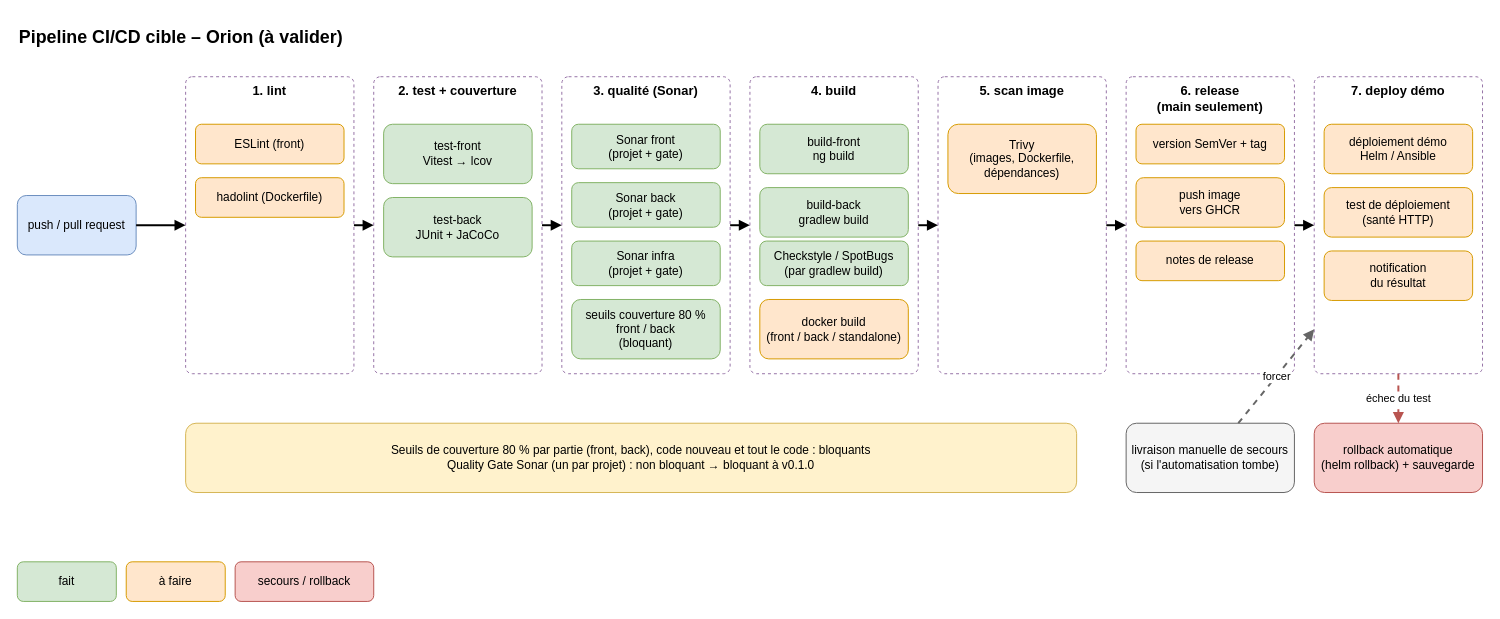
denoyela-4913/dev-project-06-orion keeps this draw.io diagram as docs/livrables/schema_pipeline_ci_cd.drawio. Above is the earlier version. Source tidied: cells renumbered, new cells numbered last; positions are measured from the earlier drawing's top-left corner, leaving out a move shared by most shapes. Both pictures are drawn from the tidied source at 99%, with x=0, y=0 at pixel (17, 17).
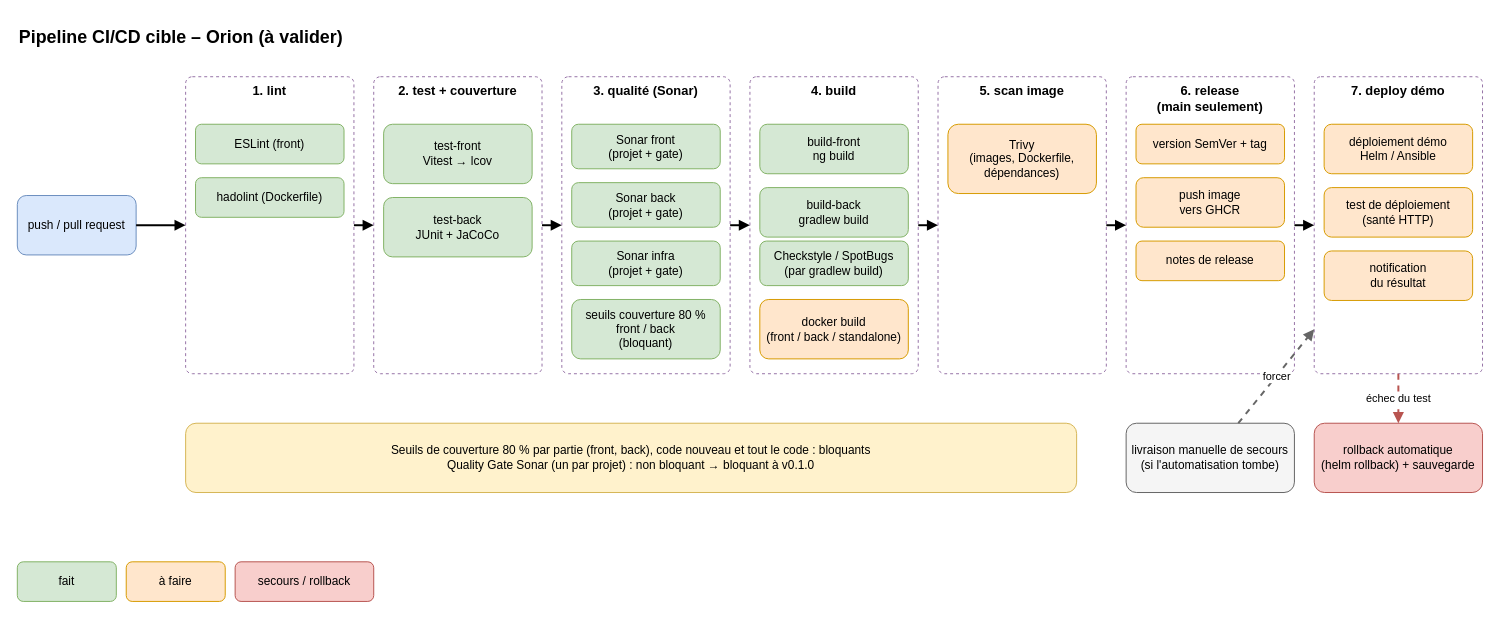
After the change.

Commit message (it also covers changes not shown here):
docs: record the lint stage and mark it as done in the pipeline diagram

What changed in the source:
```diff
@@
-    <mxCell id="5" value="ESLint (front)" style="rounded=1;whiteSpace=wrap;html=1;fillColor=#ffe6cc;strokeColor=#d79b00;" parent="1" vertex="1">
+    <mxCell id="5" value="ESLint (front)" style="rounded=1;whiteSpace=wrap;html=1;fillColor=#d5e8d4;strokeColor=#82b366;" parent="1" vertex="1">
       <mxGeometry x="180" y="108" width="150" height="40" as="geometry" />
     </mxCell>
-    <mxCell id="6" value="hadolint (Dockerfile)" style="rounded=1;whiteSpace=wrap;html=1;fillColor=#ffe6cc;strokeColor=#d79b00;" parent="1" vertex="1">
+    <mxCell id="6" value="hadolint (Dockerfile)" style="rounded=1;whiteSpace=wrap;html=1;fillColor=#d5e8d4;strokeColor=#82b366;" parent="1" vertex="1">
       <mxGeometry x="180" y="162" width="150" height="40" as="geometry" />
     </mxCell>
```
